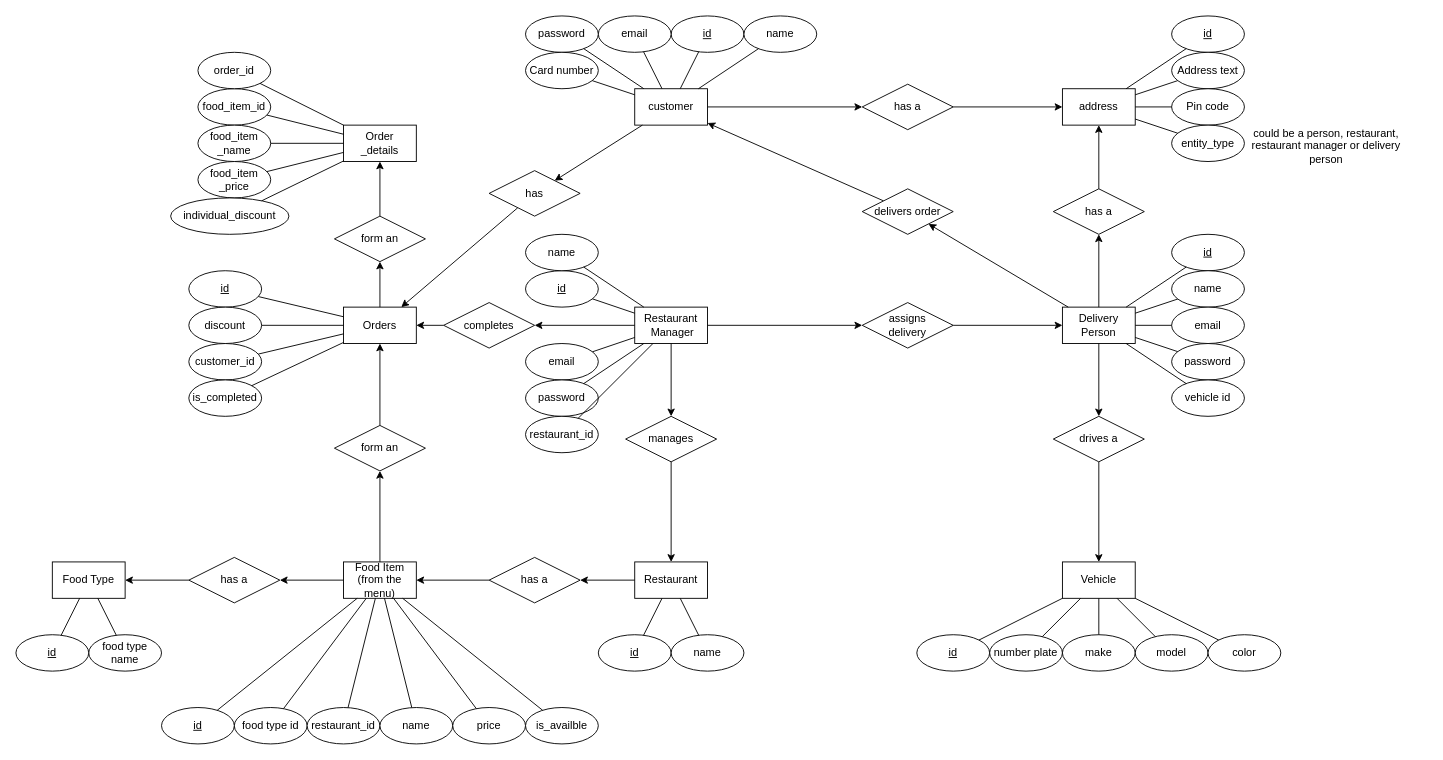
Earlier version of the draw.io diagram diagrams/ER/ER diagram.drawio (callofthewild/hunger-buzz). Source tidied: cells renumbered, new cells numbered last; positions are measured from the earlier drawing's top-left corner, leaving out a move shared by most shapes. Both pictures are drawn from the tidied source at 91%, with x=0, y=0 at pixel (15, 15).
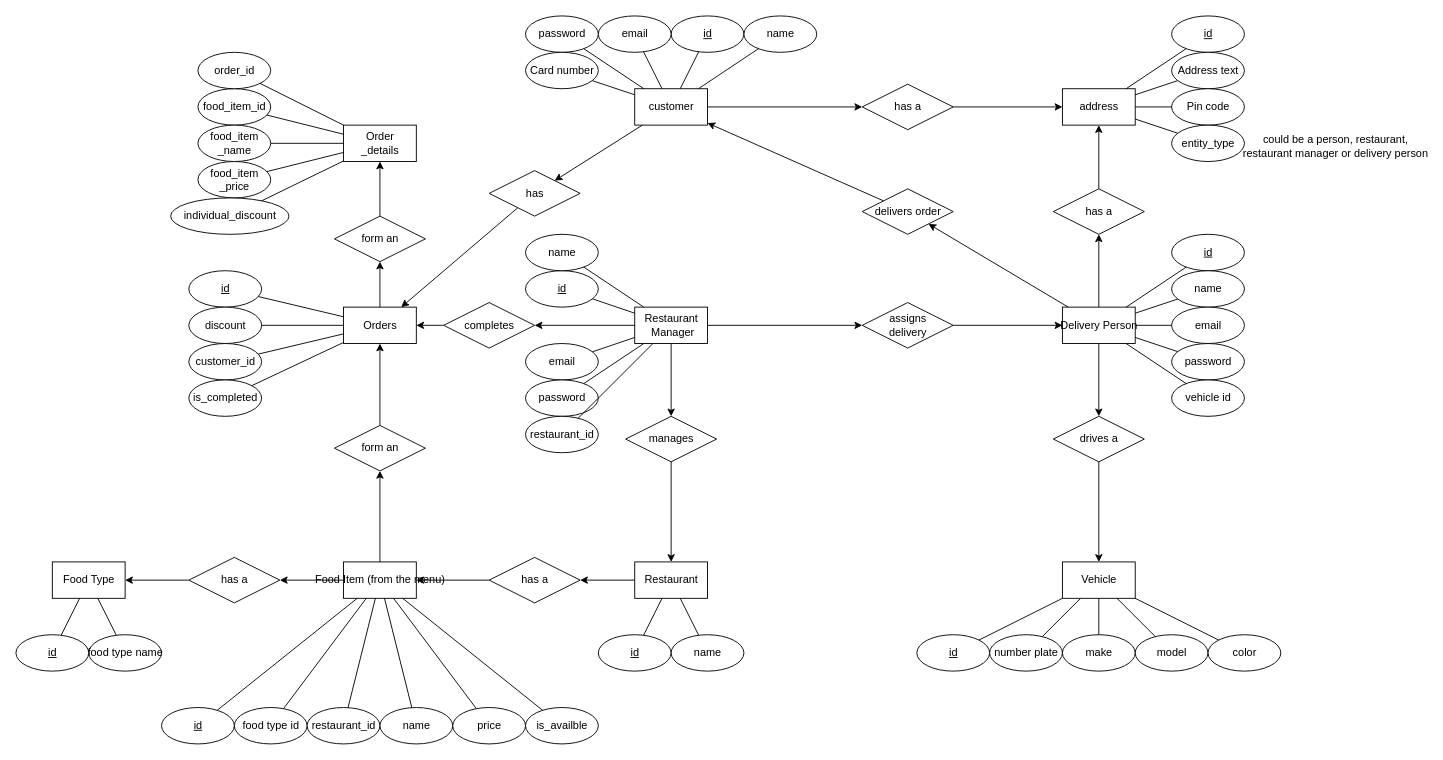
The same page after the edit.

Commit message:
fix page aspect - ER diagram

Diff of the diagram source:
```diff
@@
-    <mxCell id="2" value="customer" style="rounded=0;whiteSpace=wrap;html=1;" parent="1" vertex="1">
+    <mxCell id="2" value="customer" style="rounded=0;html=1;" parent="1" vertex="1">
       <mxGeometry x="680" y="80" width="80" height="40" as="geometry" />
     </mxCell>
-    <mxCell id="3" value="id" style="ellipse;whiteSpace=wrap;html=1;fontStyle=4;" parent="1" vertex="1">
+    <mxCell id="3" value="id" style="ellipse;html=1;fontStyle=4;" parent="1" vertex="1">
       <mxGeometry x="720" width="80" height="40" as="geometry" />
     </mxCell>
-    <mxCell id="4" value="email" style="ellipse;whiteSpace=wrap;html=1;" parent="1" vertex="1">
+    <mxCell id="4" value="email" style="ellipse;html=1;" parent="1" vertex="1">
       <mxGeometry x="640" width="80" height="40" as="geometry" />
     </mxCell>
-    <mxCell id="5" value="password" style="ellipse;whiteSpace=wrap;html=1;" parent="1" vertex="1">
+    <mxCell id="5" value="password" style="ellipse;html=1;" parent="1" vertex="1">
       <mxGeometry x="560" width="80" height="40" as="geometry" />
     </mxCell>
-    <mxCell id="6" value="name" style="ellipse;whiteSpace=wrap;html=1;" parent="1" vertex="1">
+    <mxCell id="6" value="name" style="ellipse;html=1;" parent="1" vertex="1">
       <mxGeometry x="800" width="80" height="40" as="geometry" />
     </mxCell>
-    <mxCell id="7" value="address" style="rounded=0;whiteSpace=wrap;html=1;" parent="1" vertex="1">
+    <mxCell id="7" value="address" style="rounded=0;html=1;" parent="1" vertex="1">
       <mxGeometry x="1150" y="80" width="80" height="40" as="geometry" />
     </mxCell>
@@
-    <mxCell id="13" value="has a" style="shape=rhombus;perimeter=rhombusPerimeter;whiteSpace=wrap;html=1;align=center;" parent="1" vertex="1">
+    <mxCell id="13" value="has a" style="shape=rhombus;perimeter=rhombusPerimeter;html=1;align=center;" parent="1" vertex="1">
       <mxGeometry x="930" y="75" width="100" height="50" as="geometry" />
     </mxCell>
@@
-    <mxCell id="15" value="id" style="ellipse;whiteSpace=wrap;html=1;align=center;fontStyle=4;" parent="1" vertex="1">
+    <mxCell id="15" value="id" style="ellipse;html=1;align=center;fontStyle=4;" parent="1" vertex="1">
       <mxGeometry x="1270" width="80" height="40" as="geometry" />
     </mxCell>
-    <mxCell id="16" value="Address text" style="ellipse;whiteSpace=wrap;html=1;align=center;" parent="1" vertex="1">
+    <mxCell id="16" value="Address text" style="ellipse;html=1;align=center;" parent="1" vertex="1">
       <mxGeometry x="1270" y="40" width="80" height="40" as="geometry" />
     </mxCell>
-    <mxCell id="17" value="Pin code" style="ellipse;whiteSpace=wrap;html=1;align=center;" parent="1" vertex="1">
+    <mxCell id="17" value="Pin code" style="ellipse;html=1;align=center;" parent="1" vertex="1">
       <mxGeometry x="1270" y="80" width="80" height="40" as="geometry" />
     </mxCell>
-    <mxCell id="18" value="Card number" style="ellipse;whiteSpace=wrap;html=1;align=center;" parent="1" vertex="1">
+    <mxCell id="18" value="Card number" style="ellipse;html=1;align=center;" parent="1" vertex="1">
       <mxGeometry x="560" y="40" width="80" height="40" as="geometry" />
     </mxCell>
@@
-    <mxCell id="23" value="&lt;div&gt;Restaurant&lt;/div&gt;&amp;nbsp;Manager" style="rounded=0;whiteSpace=wrap;html=1;" parent="1" vertex="1">
+    <mxCell id="23" value="&lt;div&gt;Restaurant&lt;/div&gt;&amp;nbsp;Manager" style="rounded=0;html=1;" parent="1" vertex="1">
       <mxGeometry x="680" y="320" width="80" height="40" as="geometry" />
     </mxCell>
-    <mxCell id="24" value="Delivery Person" style="rounded=0;whiteSpace=wrap;html=1;" parent="1" vertex="1">
+    <mxCell id="24" value="Delivery Person" style="rounded=0;html=1;" parent="1" vertex="1">
       <mxGeometry x="1150" y="320" width="80" height="40" as="geometry" />
     </mxCell>
@@
-    <mxCell id="26" value="&lt;div&gt;assigns&lt;/div&gt;&lt;div&gt;delivery&lt;/div&gt;" style="shape=rhombus;perimeter=rhombusPerimeter;whiteSpace=wrap;html=1;align=center;" parent="1" vertex="1">
+    <mxCell id="26" value="&lt;div&gt;assigns&lt;/div&gt;&lt;div&gt;delivery&lt;/div&gt;" style="shape=rhombus;perimeter=rhombusPerimeter;html=1;align=center;" parent="1" vertex="1">
       <mxGeometry x="930" y="315" width="100" height="50" as="geometry" />
     </mxCell>
@@
-    <mxCell id="29" value="delivers order" style="shape=rhombus;perimeter=rhombusPerimeter;whiteSpace=wrap;html=1;align=center;" parent="1" vertex="1">
+    <mxCell id="29" value="delivers order" style="shape=rhombus;perimeter=rhombusPerimeter;html=1;align=center;" parent="1" vertex="1">
       <mxGeometry x="930" y="190" width="100" height="50" as="geometry" />
     </mxCell>
@@
-    <mxCell id="31" value="id" style="ellipse;whiteSpace=wrap;html=1;align=center;fontStyle=4;" parent="1" vertex="1">
+    <mxCell id="31" value="id" style="ellipse;html=1;align=center;fontStyle=4;" parent="1" vertex="1">
       <mxGeometry x="1270" y="240" width="80" height="40" as="geometry" />
     </mxCell>
-    <mxCell id="32" value="name" style="ellipse;whiteSpace=wrap;html=1;align=center;" parent="1" vertex="1">
+    <mxCell id="32" value="name" style="ellipse;html=1;align=center;" parent="1" vertex="1">
       <mxGeometry x="1270" y="280" width="80" height="40" as="geometry" />
     </mxCell>
@@
-    <mxCell id="35" value="email" style="ellipse;whiteSpace=wrap;html=1;align=center;" parent="1" vertex="1">
+    <mxCell id="35" value="email" style="ellipse;html=1;align=center;" parent="1" vertex="1">
       <mxGeometry x="1270" y="320" width="80" height="40" as="geometry" />
     </mxCell>
-    <mxCell id="36" value="password" style="ellipse;whiteSpace=wrap;html=1;align=center;" parent="1" vertex="1">
+    <mxCell id="36" value="password" style="ellipse;html=1;align=center;" parent="1" vertex="1">
       <mxGeometry x="1270" y="360" width="80" height="40" as="geometry" />
     </mxCell>
-    <mxCell id="37" value="vehicle id" style="ellipse;whiteSpace=wrap;html=1;align=center;" parent="1" vertex="1">
+    <mxCell id="37" value="vehicle id" style="ellipse;html=1;align=center;" parent="1" vertex="1">
       <mxGeometry x="1270" y="400" width="80" height="40" as="geometry" />
     </mxCell>
@@
-    <mxCell id="42" value="drives a" style="shape=rhombus;perimeter=rhombusPerimeter;whiteSpace=wrap;html=1;align=center;" parent="1" vertex="1">
+    <mxCell id="42" value="drives a" style="shape=rhombus;perimeter=rhombusPerimeter;html=1;align=center;" parent="1" vertex="1">
       <mxGeometry x="1140" y="440" width="100" height="50" as="geometry" />
     </mxCell>
@@
-    <mxCell id="44" value="Vehicle" style="rounded=0;whiteSpace=wrap;html=1;" parent="1" vertex="1">
+    <mxCell id="44" value="Vehicle" style="rounded=0;html=1;" parent="1" vertex="1">
       <mxGeometry x="1150" y="600" width="80" height="40" as="geometry" />
     </mxCell>
@@
-    <mxCell id="46" value="&lt;div&gt;has a&lt;/div&gt;" style="shape=rhombus;perimeter=rhombusPerimeter;whiteSpace=wrap;html=1;align=center;" parent="1" vertex="1">
+    <mxCell id="46" value="&lt;div&gt;has a&lt;/div&gt;" style="shape=rhombus;perimeter=rhombusPerimeter;html=1;align=center;" parent="1" vertex="1">
       <mxGeometry x="1140" y="190" width="100" height="50" as="geometry" />
     </mxCell>
@@
-    <mxCell id="48" value="id" style="ellipse;whiteSpace=wrap;html=1;align=center;fontStyle=4;" parent="1" vertex="1">
+    <mxCell id="48" value="id" style="ellipse;html=1;align=center;fontStyle=4;" parent="1" vertex="1">
       <mxGeometry x="990" y="680" width="80" height="40" as="geometry" />
     </mxCell>
-    <mxCell id="49" value="number plate" style="ellipse;whiteSpace=wrap;html=1;align=center;" parent="1" vertex="1">
+    <mxCell id="49" value="number plate" style="ellipse;html=1;align=center;" parent="1" vertex="1">
       <mxGeometry x="1070" y="680" width="80" height="40" as="geometry" />
     </mxCell>
-    <mxCell id="50" value="make" style="ellipse;whiteSpace=wrap;html=1;align=center;" parent="1" vertex="1">
+    <mxCell id="50" value="make" style="ellipse;html=1;align=center;" parent="1" vertex="1">
       <mxGeometry x="1150" y="680" width="80" height="40" as="geometry" />
     </mxCell>
-    <mxCell id="51" value="model" style="ellipse;whiteSpace=wrap;html=1;align=center;" parent="1" vertex="1">
+    <mxCell id="51" value="model" style="ellipse;html=1;align=center;" parent="1" vertex="1">
       <mxGeometry x="1230" y="680" width="80" height="40" as="geometry" />
     </mxCell>
-    <mxCell id="52" value="color" style="ellipse;whiteSpace=wrap;html=1;align=center;" parent="1" vertex="1">
+    <mxCell id="52" value="color" style="ellipse;html=1;align=center;" parent="1" vertex="1">
       <mxGeometry x="1310" y="680" width="80" height="40" as="geometry" />
     </mxCell>
@@
-    <mxCell id="58" value="Food Item (from the menu)" style="rounded=0;whiteSpace=wrap;html=1;" parent="1" vertex="1">
+    <mxCell id="58" value="Food Item (from the menu)" style="rounded=0;html=1;" parent="1" vertex="1">
       <mxGeometry x="360" y="600" width="80" height="40" as="geometry" />
     </mxCell>
-    <mxCell id="59" value="&lt;div&gt;Orders&lt;/div&gt;" style="rounded=0;whiteSpace=wrap;html=1;" parent="1" vertex="1">
+    <mxCell id="59" value="&lt;div&gt;Orders&lt;/div&gt;" style="rounded=0;html=1;" parent="1" vertex="1">
       <mxGeometry x="360" y="320" width="80" height="40" as="geometry" />
     </mxCell>
@@
-    <mxCell id="61" value="manages" style="shape=rhombus;perimeter=rhombusPerimeter;whiteSpace=wrap;html=1;align=center;" parent="1" vertex="1">
+    <mxCell id="61" value="manages" style="shape=rhombus;perimeter=rhombusPerimeter;html=1;align=center;" parent="1" vertex="1">
       <mxGeometry x="670" y="440" width="100" height="50" as="geometry" />
     </mxCell>
@@
-    <mxCell id="63" value="entity_type" style="ellipse;whiteSpace=wrap;html=1;align=center;" parent="1" vertex="1">
+    <mxCell id="63" value="entity_type" style="ellipse;html=1;align=center;" parent="1" vertex="1">
       <mxGeometry x="1270" y="120" width="80" height="40" as="geometry" />
     </mxCell>
-    <mxCell id="64" value="&lt;div&gt;could be a person, restaurant, restaurant manager or delivery person&lt;br&gt;&lt;/div&gt;" style="text;html=1;strokeColor=none;fillColor=none;align=center;verticalAlign=middle;whiteSpace=wrap;rounded=0;" parent="1" vertex="1">
-      <mxGeometry x="1350" y="125" width="180" height="35" as="geometry" />
+    <mxCell id="64" value="&lt;div&gt;could be a person, restaurant,&lt;/div&gt;&lt;div&gt;restaurant manager or delivery person&lt;br&gt;&lt;/div&gt;" style="text;html=1;strokeColor=none;fillColor=none;align=center;verticalAlign=middle;rounded=0;" parent="1" vertex="1">
+      <mxGeometry x="1360" y="120" width="180" height="45" as="geometry" />
     </mxCell>
@@
-    <mxCell id="66" value="id" style="ellipse;whiteSpace=wrap;html=1;fontStyle=4;" parent="1" vertex="1">
+    <mxCell id="66" value="id" style="ellipse;html=1;fontStyle=4;" parent="1" vertex="1">
       <mxGeometry x="560" y="280" width="80" height="40" as="geometry" />
     </mxCell>
-    <mxCell id="67" value="email" style="ellipse;whiteSpace=wrap;html=1;" parent="1" vertex="1">
+    <mxCell id="67" value="email" style="ellipse;html=1;" parent="1" vertex="1">
       <mxGeometry x="560" y="360" width="80" height="40" as="geometry" />
     </mxCell>
-    <mxCell id="68" value="password" style="ellipse;whiteSpace=wrap;html=1;" parent="1" vertex="1">
+    <mxCell id="68" value="password" style="ellipse;html=1;" parent="1" vertex="1">
       <mxGeometry x="560" y="400" width="80" height="40" as="geometry" />
     </mxCell>
-    <mxCell id="69" value="name" style="ellipse;whiteSpace=wrap;html=1;" parent="1" vertex="1">
+    <mxCell id="69" value="name" style="ellipse;html=1;" parent="1" vertex="1">
       <mxGeometry x="560" y="240" width="80" height="40" as="geometry" />
     </mxCell>
@@
-    <mxCell id="74" value="food type id" style="ellipse;whiteSpace=wrap;html=1;align=center;" parent="1" vertex="1">
+    <mxCell id="74" value="food type id" style="ellipse;html=1;align=center;" parent="1" vertex="1">
       <mxGeometry x="240" y="760" width="80" height="40" as="geometry" />
     </mxCell>
-    <mxCell id="75" value="id" style="ellipse;whiteSpace=wrap;html=1;align=center;fontStyle=4;" parent="1" vertex="1">
+    <mxCell id="75" value="id" style="ellipse;html=1;align=center;fontStyle=4;" parent="1" vertex="1">
       <mxGeometry x="160" y="760" width="80" height="40" as="geometry" />
     </mxCell>
-    <mxCell id="76" value="restaurant_id" style="ellipse;whiteSpace=wrap;html=1;" parent="1" vertex="1">
+    <mxCell id="76" value="restaurant_id" style="ellipse;html=1;" parent="1" vertex="1">
       <mxGeometry x="560" y="440" width="80" height="40" as="geometry" />
     </mxCell>
@@
-    <mxCell id="78" value="restaurant_id" style="ellipse;whiteSpace=wrap;html=1;align=center;" parent="1" vertex="1">
+    <mxCell id="78" value="restaurant_id" style="ellipse;html=1;align=center;" parent="1" vertex="1">
       <mxGeometry x="320" y="760" width="80" height="40" as="geometry" />
     </mxCell>
-    <mxCell id="79" value="Restaurant" style="rounded=0;whiteSpace=wrap;html=1;" parent="1" vertex="1">
+    <mxCell id="79" value="Restaurant" style="rounded=0;html=1;" parent="1" vertex="1">
       <mxGeometry x="680" y="600" width="80" height="40" as="geometry" />
     </mxCell>
@@
-    <mxCell id="81" value="has a" style="shape=rhombus;perimeter=rhombusPerimeter;whiteSpace=wrap;html=1;align=center;" parent="1" vertex="1">
+    <mxCell id="81" value="has a" style="shape=rhombus;perimeter=rhombusPerimeter;html=1;align=center;" parent="1" vertex="1">
       <mxGeometry x="520" y="595" width="100" height="50" as="geometry" />
     </mxCell>
@@
-    <mxCell id="83" value="id" style="ellipse;whiteSpace=wrap;html=1;align=center;fontStyle=4;" parent="1" vertex="1">
+    <mxCell id="83" value="id" style="ellipse;html=1;align=center;fontStyle=4;" parent="1" vertex="1">
       <mxGeometry x="640" y="680" width="80" height="40" as="geometry" />
     </mxCell>
-    <mxCell id="84" value="name" style="ellipse;whiteSpace=wrap;html=1;align=center;" parent="1" vertex="1">
+    <mxCell id="84" value="name" style="ellipse;html=1;align=center;" parent="1" vertex="1">
       <mxGeometry x="720" y="680" width="80" height="40" as="geometry" />
     </mxCell>
-    <mxCell id="85" value="Food Type" style="rounded=0;whiteSpace=wrap;html=1;" parent="1" vertex="1">
+    <mxCell id="85" value="Food Type" style="rounded=0;html=1;" parent="1" vertex="1">
       <mxGeometry x="40" y="600" width="80" height="40" as="geometry" />
     </mxCell>
-    <mxCell id="86" value="food type name" style="ellipse;whiteSpace=wrap;html=1;align=center;" parent="1" vertex="1">
+    <mxCell id="86" value="food type name" style="ellipse;html=1;align=center;" parent="1" vertex="1">
       <mxGeometry x="80" y="680" width="80" height="40" as="geometry" />
     </mxCell>
-    <mxCell id="87" value="id" style="ellipse;whiteSpace=wrap;html=1;align=center;fontStyle=4;" parent="1" vertex="1">
+    <mxCell id="87" value="id" style="ellipse;html=1;align=center;fontStyle=4;" parent="1" vertex="1">
       <mxGeometry y="680" width="80" height="40" as="geometry" />
     </mxCell>
@@
-    <mxCell id="92" value="name" style="ellipse;whiteSpace=wrap;html=1;align=center;" parent="1" vertex="1">
+    <mxCell id="92" value="name" style="ellipse;html=1;align=center;" parent="1" vertex="1">
       <mxGeometry x="400" y="760" width="80" height="40" as="geometry" />
     </mxCell>
-    <mxCell id="93" value="price" style="ellipse;whiteSpace=wrap;html=1;align=center;" parent="1" vertex="1">
+    <mxCell id="93" value="price" style="ellipse;html=1;align=center;" parent="1" vertex="1">
       <mxGeometry x="480" y="760" width="80" height="40" as="geometry" />
     </mxCell>
-    <mxCell id="94" value="is_availble" style="ellipse;whiteSpace=wrap;html=1;align=center;" parent="1" vertex="1">
+    <mxCell id="94" value="is_availble" style="ellipse;html=1;align=center;" parent="1" vertex="1">
       <mxGeometry x="560" y="760" width="80" height="40" as="geometry" />
     </mxCell>
@@
-    <mxCell id="102" value="has a" style="shape=rhombus;perimeter=rhombusPerimeter;whiteSpace=wrap;html=1;align=center;" parent="1" vertex="1">
+    <mxCell id="102" value="has a" style="shape=rhombus;perimeter=rhombusPerimeter;html=1;align=center;" parent="1" vertex="1">
       <mxGeometry x="190" y="595" width="100" height="50" as="geometry" />
     </mxCell>
@@
-    <mxCell id="105" value="form an" style="shape=rhombus;perimeter=rhombusPerimeter;whiteSpace=wrap;html=1;align=center;" parent="1" vertex="1">
+    <mxCell id="105" value="form an" style="shape=rhombus;perimeter=rhombusPerimeter;html=1;align=center;" parent="1" vertex="1">
       <mxGeometry x="350" y="450" width="100" height="50" as="geometry" />
     </mxCell>
@@
-    <mxCell id="107" value="id" style="ellipse;whiteSpace=wrap;html=1;fontStyle=4;" parent="1" vertex="1">
+    <mxCell id="107" value="id" style="ellipse;html=1;fontStyle=4;" parent="1" vertex="1">
       <mxGeometry x="190" y="280" width="80" height="40" as="geometry" />
     </mxCell>
-    <mxCell id="108" value="discount" style="ellipse;whiteSpace=wrap;html=1;" parent="1" vertex="1">
+    <mxCell id="108" value="discount" style="ellipse;html=1;" parent="1" vertex="1">
       <mxGeometry x="190" y="320" width="80" height="40" as="geometry" />
     </mxCell>
@@
-    <mxCell id="111" value="&lt;div&gt;Order&lt;/div&gt;_details" style="rounded=0;whiteSpace=wrap;html=1;" parent="1" vertex="1">
+    <mxCell id="111" value="&lt;div&gt;Order&lt;/div&gt;_details" style="rounded=0;html=1;" parent="1" vertex="1">
       <mxGeometry x="360" y="120" width="80" height="40" as="geometry" />
     </mxCell>
-    <mxCell id="112" value="food_item_id" style="ellipse;whiteSpace=wrap;html=1;" parent="1" vertex="1">
+    <mxCell id="112" value="food_item_id" style="ellipse;html=1;" parent="1" vertex="1">
       <mxGeometry x="200" y="80" width="80" height="40" as="geometry" />
     </mxCell>
-    <mxCell id="113" value="&lt;div&gt;food_item&lt;/div&gt;&lt;div&gt;_name&lt;/div&gt;" style="ellipse;whiteSpace=wrap;html=1;" parent="1" vertex="1">
+    <mxCell id="113" value="&lt;div&gt;food_item&lt;/div&gt;&lt;div&gt;_name&lt;/div&gt;" style="ellipse;html=1;" parent="1" vertex="1">
       <mxGeometry x="200" y="120" width="80" height="40" as="geometry" />
     </mxCell>
-    <mxCell id="114" value="&lt;div&gt;food_item&lt;/div&gt;&lt;div&gt;_price&lt;br&gt;&lt;/div&gt;" style="ellipse;whiteSpace=wrap;html=1;" parent="1" vertex="1">
+    <mxCell id="114" value="&lt;div&gt;food_item&lt;/div&gt;&lt;div&gt;_price&lt;br&gt;&lt;/div&gt;" style="ellipse;html=1;" parent="1" vertex="1">
       <mxGeometry x="200" y="160" width="80" height="40" as="geometry" />
     </mxCell>
@@
-    <mxCell id="117" value="order_id" style="ellipse;whiteSpace=wrap;html=1;" parent="1" vertex="1">
+    <mxCell id="117" value="order_id" style="ellipse;html=1;" parent="1" vertex="1">
       <mxGeometry x="200" y="40" width="80" height="40" as="geometry" />
     </mxCell>
-    <mxCell id="118" value="individual_discount" style="ellipse;whiteSpace=wrap;html=1;" parent="1" vertex="1">
+    <mxCell id="118" value="individual_discount" style="ellipse;html=1;" parent="1" vertex="1">
       <mxGeometry x="170" y="200" width="130" height="40" as="geometry" />
     </mxCell>
@@
-    <mxCell id="123" value="form an" style="shape=rhombus;perimeter=rhombusPerimeter;whiteSpace=wrap;html=1;align=center;" parent="1" vertex="1">
+    <mxCell id="123" value="form an" style="shape=rhombus;perimeter=rhombusPerimeter;html=1;align=center;" parent="1" vertex="1">
       <mxGeometry x="350" y="220" width="100" height="50" as="geometry" />
     </mxCell>
@@
-    <mxCell id="125" value="customer_id" style="ellipse;whiteSpace=wrap;html=1;" parent="1" vertex="1">
+    <mxCell id="125" value="customer_id" style="ellipse;html=1;" parent="1" vertex="1">
       <mxGeometry x="190" y="360" width="80" height="40" as="geometry" />
     </mxCell>
@@
-    <mxCell id="128" value="completes" style="shape=rhombus;perimeter=rhombusPerimeter;whiteSpace=wrap;html=1;align=center;" parent="1" vertex="1">
+    <mxCell id="128" value="completes" style="shape=rhombus;perimeter=rhombusPerimeter;html=1;align=center;" parent="1" vertex="1">
       <mxGeometry x="470" y="315" width="100" height="50" as="geometry" />
     </mxCell>
@@
-    <mxCell id="131" value="has" style="shape=rhombus;perimeter=rhombusPerimeter;whiteSpace=wrap;html=1;align=center;" parent="1" vertex="1">
+    <mxCell id="131" value="has" style="shape=rhombus;perimeter=rhombusPerimeter;html=1;align=center;" parent="1" vertex="1">
       <mxGeometry x="520" y="170" width="100" height="50" as="geometry" />
     </mxCell>
@@
-    <mxCell id="133" value="is_completed" style="ellipse;whiteSpace=wrap;html=1;" parent="1" vertex="1">
+    <mxCell id="133" value="is_completed" style="ellipse;html=1;" parent="1" vertex="1">
       <mxGeometry x="190" y="400" width="80" height="40" as="geometry" />
     </mxCell>
```
